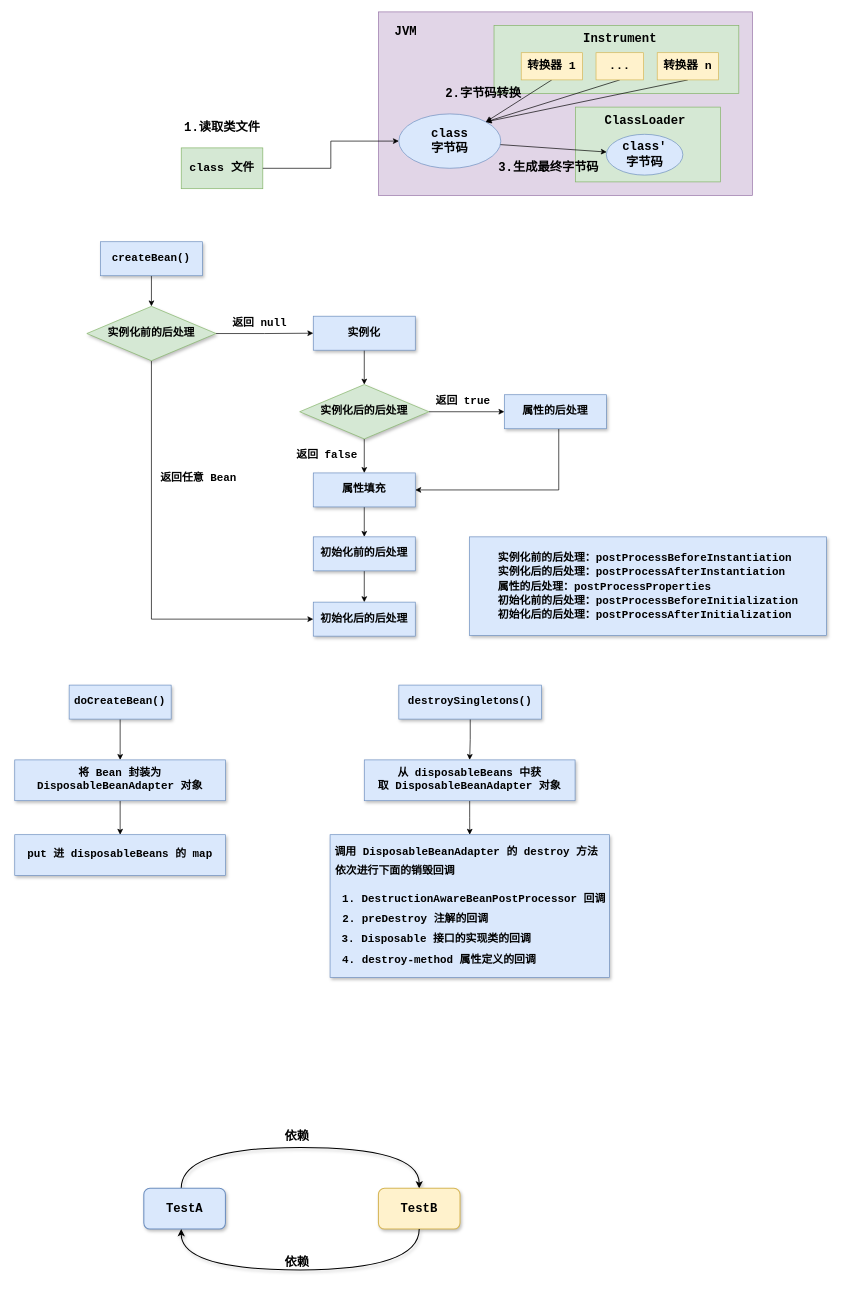
Above: spring.drawio in Ocsio/draw-io (draw.io), before the change. Source tidied: cells renumbered, new cells numbered last; positions are measured from the earlier drawing's top-left corner, leaving out a move shared by most shapes. Both pictures are drawn from the tidied source at 68%, with x=0, y=0 at pixel (14, 12).
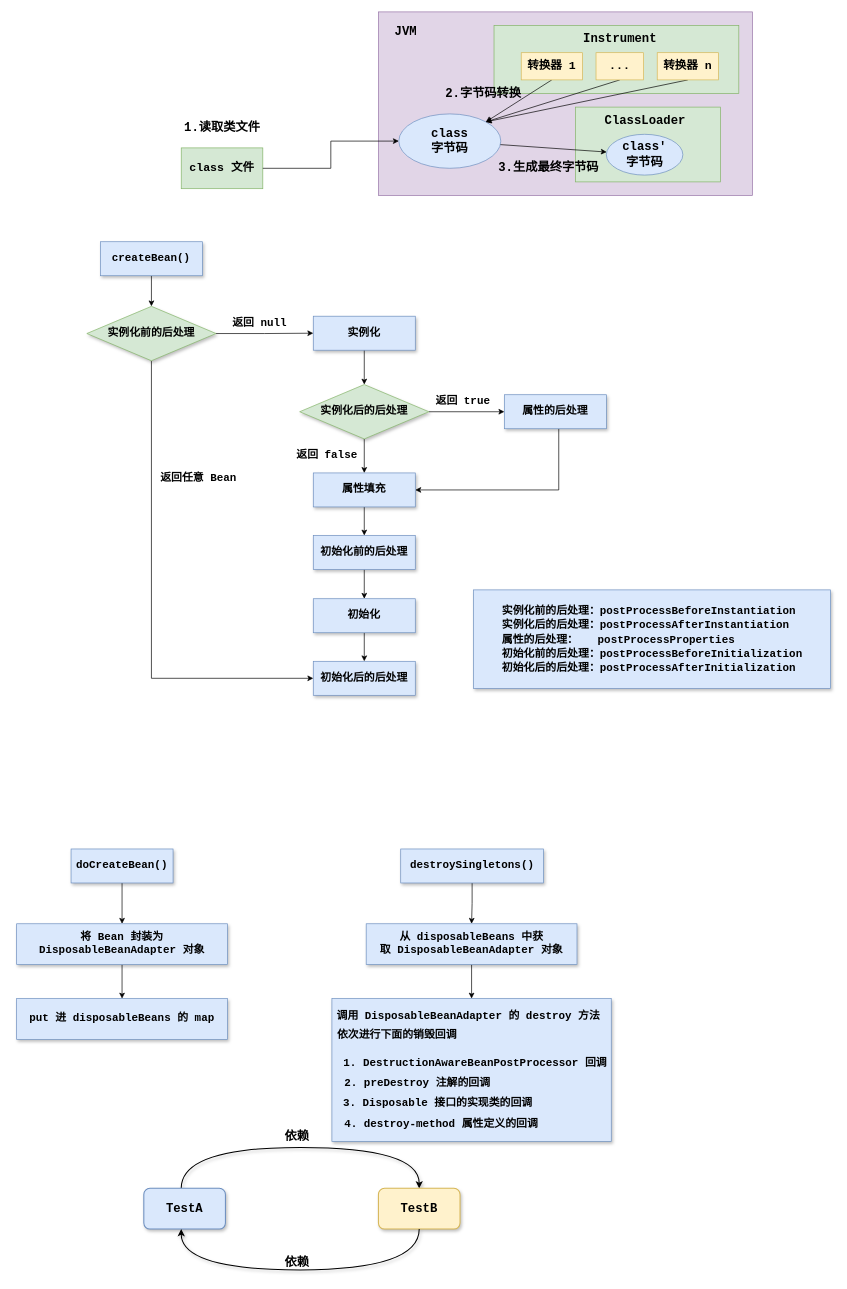
Above is the later version.

The change refers to these unchanged cells:
```xml
<mxCell id="33" value="&lt;b&gt;&lt;font style=&quot;font-size: 16px;&quot; face=&quot;Courier New&quot;&gt;实例化前的后处理&lt;/font&gt;&lt;/b&gt;" style="rhombus;whiteSpace=wrap;html=1;fillColor=#d5e8d4;strokeColor=#82b366;shadow=1;" parent="1" vertex="1">
  <mxGeometry x="106.2" y="433" width="190" height="80" as="geometry" />
</mxCell>
```

Diff of the diagram source:
```diff
@@
     <mxCell id="29" value="&lt;font face=&quot;Courier New&quot;&gt;&lt;span style=&quot;font-size: 16px;&quot;&gt;&lt;b&gt;初始化前的后处理&lt;/b&gt;&lt;/span&gt;&lt;/font&gt;" style="rounded=0;whiteSpace=wrap;html=1;fillColor=#dae8fc;strokeColor=#6c8ebf;shadow=1;" parent="1" vertex="1">
-      <mxGeometry x="439.2" y="772" width="150" height="50" as="geometry" />
+      <mxGeometry x="439.2" y="770" width="150" height="50" as="geometry" />
     </mxCell>
+    <mxCell id="66" style="edgeStyle=orthogonalEdgeStyle;rounded=0;jettySize=auto;html=1;" parent="1" edge="1" source="30" target="68">
+      <mxGeometry relative="1" as="geometry" />
+    </mxCell>
-    <mxCell id="30" value="&lt;font face=&quot;Courier New&quot;&gt;&lt;span style=&quot;font-size: 16px;&quot;&gt;&lt;b&gt;初始化后的后处理&lt;/b&gt;&lt;/span&gt;&lt;/font&gt;" style="rounded=0;whiteSpace=wrap;html=1;fillColor=#dae8fc;strokeColor=#6c8ebf;shadow=1;" parent="1" vertex="1">
-      <mxGeometry x="439.2" y="868" width="150" height="50" as="geometry" />
+    <mxCell id="30" value="&lt;font face=&quot;Courier New&quot;&gt;&lt;span style=&quot;font-size: 16px;&quot;&gt;&lt;b&gt;初始化&lt;/b&gt;&lt;/span&gt;&lt;/font&gt;" style="rounded=0;whiteSpace=wrap;html=1;fillColor=#dae8fc;strokeColor=#6c8ebf;shadow=1;" parent="1" vertex="1">
+      <mxGeometry x="439.2" y="863" width="150" height="50" as="geometry" />
     </mxCell>
@@
-    <mxCell id="32" style="edgeStyle=orthogonalEdgeStyle;rounded=0;jettySize=auto;html=1;entryX=0;entryY=0.5;entryDx=0;entryDy=0;" parent="1" edge="1" source="33" target="30">
-      <mxGeometry relative="1" as="geometry">
-        <Array as="points">
-          <mxPoint x="201.2" y="893" />
-        </Array>
-      </mxGeometry>
-    </mxCell>
+    <mxCell id="67" style="edgeStyle=orthogonalEdgeStyle;rounded=0;jettySize=auto;html=1;entryX=0;entryY=0.5;entryDx=0;entryDy=0;" parent="1" edge="1" source="33" target="68">
+      <mxGeometry relative="1" as="geometry">
+        <Array as="points">
+          <mxPoint x="201" y="980" />
+        </Array>
+      </mxGeometry>
+    </mxCell>
@@
-    <mxCell id="43" value="&lt;blockquote style=&quot;margin: 0 0 0 40px; border: none; padding: 0px;&quot;&gt;&lt;b style=&quot;font-size: 16px;&quot;&gt;&lt;font style=&quot;font-size: 16px;&quot; face=&quot;Courier New&quot;&gt;实例化前的后处理：postProcessBeforeInstantiation&lt;br&gt;&lt;/font&gt;&lt;/b&gt;&lt;b style=&quot;font-size: 16px;&quot;&gt;&lt;font style=&quot;font-size: 16px;&quot; face=&quot;Courier New&quot;&gt;实例化后的后处理：postProcessAfterInstantiation&lt;br&gt;&lt;/font&gt;&lt;/b&gt;&lt;b style=&quot;font-size: 16px;&quot;&gt;&lt;font style=&quot;font-size: 16px;&quot; face=&quot;Courier New&quot;&gt;属性的后处理：postProcessProperties&lt;br&gt;&lt;/font&gt;&lt;/b&gt;&lt;b style=&quot;font-size: 16px;&quot;&gt;&lt;font style=&quot;font-size: 16px;&quot; face=&quot;Courier New&quot;&gt;初始化前的后处理：postProcessBeforeInitialization&lt;br&gt;&lt;/font&gt;&lt;/b&gt;&lt;b style=&quot;font-size: 16px;&quot;&gt;&lt;font style=&quot;font-size: 16px;&quot; face=&quot;Courier New&quot;&gt;初始化后的后处理：postProcessAfterInitialization&lt;/font&gt;&lt;/b&gt;&lt;/blockquote&gt;" style="rounded=0;whiteSpace=wrap;html=1;align=left;fillColor=#dae8fc;strokeColor=#6c8ebf;shadow=1;" parent="1" vertex="1">
-      <mxGeometry x="669" y="772" width="525" height="145" as="geometry" />
+    <mxCell id="43" value="&lt;blockquote style=&quot;margin: 0 0 0 40px; border: none; padding: 0px;&quot;&gt;&lt;b style=&quot;font-size: 16px;&quot;&gt;&lt;font style=&quot;font-size: 16px;&quot; face=&quot;Courier New&quot;&gt;实例化前的后处理：postProcessBeforeInstantiation&lt;br&gt;&lt;/font&gt;&lt;/b&gt;&lt;b style=&quot;font-size: 16px;&quot;&gt;&lt;font style=&quot;font-size: 16px;&quot; face=&quot;Courier New&quot;&gt;实例化后的后处理：postProcessAfterInstantiation&lt;br&gt;&lt;/font&gt;&lt;/b&gt;&lt;b style=&quot;font-size: 16px;&quot;&gt;&lt;font style=&quot;font-size: 16px;&quot; face=&quot;Courier New&quot;&gt;属性的后处理：&amp;nbsp; &amp;nbsp;postProcessProperties&lt;br&gt;&lt;/font&gt;&lt;/b&gt;&lt;b style=&quot;font-size: 16px;&quot;&gt;&lt;font style=&quot;font-size: 16px;&quot; face=&quot;Courier New&quot;&gt;初始化前的后处理：postProcessBeforeInitialization&lt;br&gt;&lt;/font&gt;&lt;/b&gt;&lt;b style=&quot;font-size: 16px;&quot;&gt;&lt;font style=&quot;font-size: 16px;&quot; face=&quot;Courier New&quot;&gt;初始化后的后处理：postProcessAfterInitialization&lt;/font&gt;&lt;/b&gt;&lt;/blockquote&gt;" style="rounded=0;whiteSpace=wrap;html=1;align=left;fillColor=#dae8fc;strokeColor=#6c8ebf;shadow=1;" parent="1" vertex="1">
+      <mxGeometry x="675" y="850" width="525" height="145" as="geometry" />
     </mxCell>
@@
     <mxCell id="45" value="&lt;b&gt;&lt;font style=&quot;font-size: 16px;&quot; face=&quot;Courier New&quot;&gt;doCreateBean()&lt;/font&gt;&lt;/b&gt;" style="rounded=0;whiteSpace=wrap;html=1;fillColor=#dae8fc;strokeColor=#6c8ebf;shadow=1;" parent="1" vertex="1">
-      <mxGeometry x="80.2" y="990" width="150" height="50" as="geometry" />
+      <mxGeometry x="83" y="1231" width="150" height="50" as="geometry" />
     </mxCell>
@@
     <mxCell id="47" value="&lt;font face=&quot;Courier New&quot;&gt;&lt;span style=&quot;font-size: 16px;&quot;&gt;&lt;b&gt;将 Bean 封装为&lt;/b&gt;&lt;/span&gt;&lt;/font&gt;&lt;font size=&quot;1&quot; face=&quot;Courier New&quot;&gt;&lt;b style=&quot;font-size: 16px;&quot;&gt;DisposableBeanAdapter 对象&lt;/b&gt;&lt;/font&gt;" style="rounded=0;whiteSpace=wrap;html=1;fillColor=#dae8fc;strokeColor=#6c8ebf;shadow=1;" parent="1" vertex="1">
-      <mxGeometry x="0.2" y="1100" width="310" height="60" as="geometry" />
+      <mxGeometry x="3" y="1341" width="310" height="60" as="geometry" />
     </mxCell>
     <mxCell id="48" value="&lt;font face=&quot;Courier New&quot;&gt;&lt;span style=&quot;font-size: 16px;&quot;&gt;&lt;b&gt;put 进 disposableBeans 的 map&lt;/b&gt;&lt;/span&gt;&lt;/font&gt;" style="rounded=0;whiteSpace=wrap;html=1;fillColor=#dae8fc;strokeColor=#6c8ebf;shadow=1;" parent="1" vertex="1">
-      <mxGeometry x="0.2" y="1210" width="310" height="60" as="geometry" />
+      <mxGeometry x="3" y="1451" width="310" height="60" as="geometry" />
     </mxCell>
@@
     <mxCell id="50" value="&lt;b style=&quot;&quot;&gt;&lt;font style=&quot;font-size: 16px;&quot; face=&quot;Courier New&quot;&gt;destroySingletons()&lt;/font&gt;&lt;/b&gt;" style="rounded=0;whiteSpace=wrap;html=1;fillColor=#dae8fc;strokeColor=#6c8ebf;shadow=1;" parent="1" vertex="1">
-      <mxGeometry x="565" y="990" width="210" height="50" as="geometry" />
+      <mxGeometry x="567.8" y="1231" width="210" height="50" as="geometry" />
     </mxCell>
@@
     <mxCell id="52" value="&lt;font face=&quot;Courier New&quot;&gt;&lt;span style=&quot;font-size: 16px;&quot;&gt;&lt;b&gt;从 disposableBeans 中获取&amp;nbsp;&lt;/b&gt;&lt;/span&gt;&lt;/font&gt;&lt;b style=&quot;border-color: var(--border-color); font-family: &amp;quot;Courier New&amp;quot;; font-size: 16px;&quot;&gt;DisposableBeanAdapter 对象&lt;/b&gt;" style="rounded=0;whiteSpace=wrap;html=1;fillColor=#dae8fc;strokeColor=#6c8ebf;shadow=1;" parent="1" vertex="1">
-      <mxGeometry x="514.2" y="1100" width="310" height="60" as="geometry" />
+      <mxGeometry x="517" y="1341" width="310" height="60" as="geometry" />
     </mxCell>
     <mxCell id="53" style="rounded=0;whiteSpace=wrap;html=1;fillColor=#dae8fc;strokeColor=#6c8ebf;shadow=1;" parent="1" vertex="1">
-      <mxGeometry x="463.9" y="1210" width="410.8" height="210" as="geometry" />
+      <mxGeometry x="466.6" y="1451" width="410.8" height="210" as="geometry" />
     </mxCell>
     <mxCell id="54" value="&lt;b style=&quot;font-size: 16px;&quot;&gt;&lt;font style=&quot;border-color: var(--border-color); font-size: 16px;&quot; face=&quot;Courier New&quot;&gt;&lt;span style=&quot;border-color: var(--border-color);&quot;&gt;调用&amp;nbsp;&lt;/span&gt;&lt;/font&gt;&lt;span style=&quot;border-color: var(--border-color); font-family: &amp;quot;Courier New&amp;quot;; font-size: 16px;&quot;&gt;DisposableBeanAdapter 的 destroy 方法&lt;/span&gt;&lt;/b&gt;" style="text;html=1;align=center;verticalAlign=middle;strokeColor=none;fillColor=none;" parent="1" vertex="1">
-      <mxGeometry x="458.9" y="1220" width="410" height="30" as="geometry" />
+      <mxGeometry x="461.6" y="1461" width="410" height="30" as="geometry" />
     </mxCell>
     <mxCell id="55" value="&lt;font face=&quot;Courier New&quot;&gt;&lt;span style=&quot;font-size: 16px;&quot;&gt;&lt;b&gt;依次进行下面的销毁回调&lt;/b&gt;&lt;/span&gt;&lt;/font&gt;" style="text;html=1;align=center;verticalAlign=middle;strokeColor=none;fillColor=none;" parent="1" vertex="1">
-      <mxGeometry x="458.9" y="1250" width="200" height="30" as="geometry" />
+      <mxGeometry x="461.6" y="1491" width="200" height="30" as="geometry" />
     </mxCell>
     <mxCell id="56" value="&lt;font face=&quot;Courier New&quot;&gt;&lt;span style=&quot;font-size: 16px;&quot;&gt;&lt;b&gt;1. DestructionAwareBeanPostProcessor 回调&lt;/b&gt;&lt;/span&gt;&lt;/font&gt;" style="text;html=1;align=center;verticalAlign=middle;strokeColor=none;fillColor=none;" parent="1" vertex="1">
-      <mxGeometry x="469.6" y="1290" width="410" height="30" as="geometry" />
+      <mxGeometry x="472.4" y="1531" width="410" height="30" as="geometry" />
     </mxCell>
     <mxCell id="57" value="&lt;font face=&quot;Courier New&quot;&gt;&lt;span style=&quot;font-size: 16px;&quot;&gt;&lt;b&gt;2. preDestroy 注解的回调&lt;/b&gt;&lt;/span&gt;&lt;/font&gt;" style="text;html=1;align=center;verticalAlign=middle;strokeColor=none;fillColor=none;" parent="1" vertex="1">
-      <mxGeometry x="468.9" y="1320" width="240" height="30" as="geometry" />
+      <mxGeometry x="471.6" y="1561" width="240" height="30" as="geometry" />
     </mxCell>
     <mxCell id="58" value="&lt;font face=&quot;Courier New&quot;&gt;&lt;span style=&quot;font-size: 16px;&quot;&gt;&lt;b&gt;3. Disposable 接口的实现类的回调&lt;/b&gt;&lt;/span&gt;&lt;/font&gt;" style="text;html=1;align=center;verticalAlign=middle;strokeColor=none;fillColor=none;" parent="1" vertex="1">
-      <mxGeometry x="469.6" y="1350" width="300" height="30" as="geometry" />
+      <mxGeometry x="472.4" y="1591" width="300" height="30" as="geometry" />
     </mxCell>
     <mxCell id="59" value="&lt;font face=&quot;Courier New&quot;&gt;&lt;span style=&quot;font-size: 16px;&quot;&gt;&lt;b&gt;4. destroy-method 属性定义的回调&lt;/b&gt;&lt;/span&gt;&lt;/font&gt;" style="text;html=1;align=center;verticalAlign=middle;strokeColor=none;fillColor=none;" parent="1" vertex="1">
-      <mxGeometry x="468.9" y="1380" width="310" height="30" as="geometry" />
+      <mxGeometry x="471.6" y="1621" width="310" height="30" as="geometry" />
     </mxCell>
@@
+    <mxCell id="68" value="&lt;font face=&quot;Courier New&quot;&gt;&lt;span style=&quot;font-size: 16px;&quot;&gt;&lt;b&gt;初始化后的后处理&lt;/b&gt;&lt;/span&gt;&lt;/font&gt;" style="rounded=0;whiteSpace=wrap;html=1;fillColor=#dae8fc;strokeColor=#6c8ebf;shadow=1;" parent="1" vertex="1">
+      <mxGeometry x="439.2" y="955" width="150" height="50" as="geometry" />
+    </mxCell>
```
